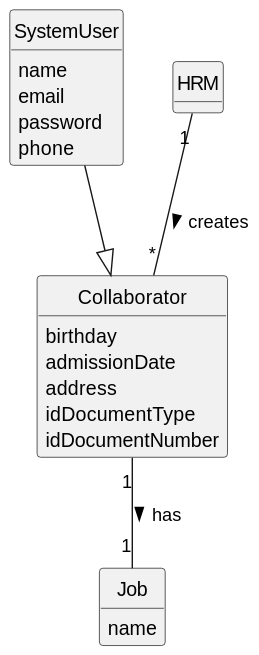
Before: docs/sprintA/us003/02.analysis/svg/us003-domain-model.svg, a diagram exported from PlantUML (Departamento-de-Engenharia-Informatica/lei-24-s2-1do-g164). The source it was exported from:
```plantuml
@startuml
skinparam monochrome true
skinparam packageStyle rectangle
skinparam shadowing false


skinparam classAttributeIconSize 0

hide circle
hide methods




class SystemUser {
    name
    email
    password
    phone

}

class Collaborator {
    birthday
    admissionDate
    address
    idDocumentType
    idDocumentNumber
}


class HRM {

}


class Job{
    name
}

SystemUser --|> Collaborator
HRM "1" -- "*" Collaborator : creates >
Collaborator "1" -- "1" Job : has >
@enduml
```
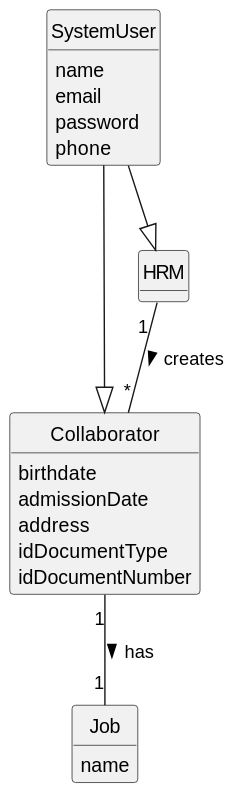
The same diagram one commit later.

What changed in the source:
```diff
@@ -11,7 +11,6 @@
 
 
 
-
 class SystemUser {
     name
     email
@@ -21,7 +20,7 @@
 }
 
 class Collaborator {
-    birthday
+    birthdate
     admissionDate
     address
     idDocumentType
@@ -39,6 +38,7 @@
 }
 
 SystemUser --|> Collaborator
-HRM "1" -- "*" Collaborator : creates >
+SystemUser --|> HRM
+HRM "1 " -- "*" Collaborator : creates >
 Collaborator "1" -- "1" Job : has >
 @enduml
```
